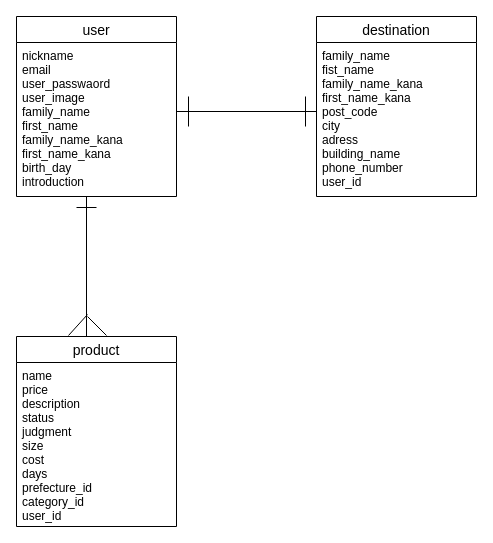
Above: firima.dio in Kawase-Ryo/furima-38243 (draw.io), before the change. Source tidied: cells renumbered, new cells numbered last; positions are measured from the earlier drawing's top-left corner, leaving out a move shared by most shapes. Both pictures are drawn from the tidied source at 100%, with x=0, y=0 at pixel (16, 16).
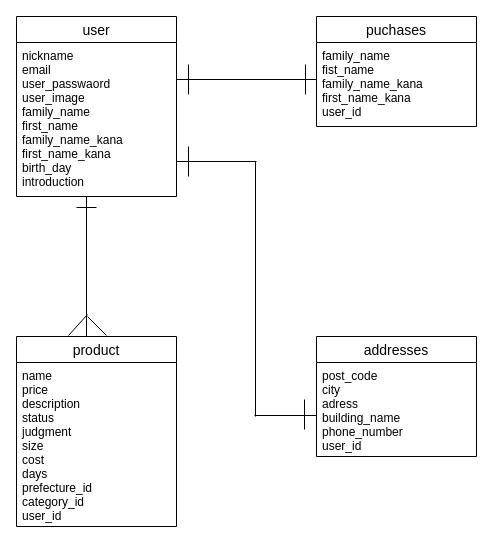
Above is the later version.

Commit message (it also covers changes not shown here):
データベース設計-8

Change to the diagram source:
```diff
@@
-    <mxCell id="4" value="destination" style="swimlane;fontStyle=0;horizontal=1;startSize=26;align=center;fontSize=14;" parent="1" vertex="1">
-      <mxGeometry x="300" width="160" height="180" as="geometry" />
+    <mxCell id="4" value="puchases" style="swimlane;fontStyle=0;horizontal=1;startSize=26;align=center;fontSize=14;" parent="1" vertex="1">
+      <mxGeometry x="300" width="160" height="110" as="geometry" />
     </mxCell>
-    <mxCell id="5" value="family_name&#10;fist_name&#10;family_name_kana&#10;first_name_kana&#10;post_code&#10;city&#10;adress&#10;building_name&#10;phone_number&#10;user_id" style="text;strokeColor=none;fillColor=none;spacingLeft=4;spacingRight=4;overflow=hidden;fontSize=12;" parent="4" vertex="1">
-      <mxGeometry y="26" width="160" height="154" as="geometry" />
+    <mxCell id="5" value="family_name&#10;fist_name&#10;family_name_kana&#10;first_name_kana&#10;user_id" style="text;strokeColor=none;fillColor=none;spacingLeft=4;spacingRight=4;overflow=hidden;fontSize=12;" parent="4" vertex="1">
+      <mxGeometry y="26" width="160" height="84" as="geometry" />
     </mxCell>
@@
     <mxCell id="8" style="line;strokeWidth=1;dashed=0;labelPosition=right;align=left;verticalAlign=middle;spacingTop=0;spacingLeft=6;" parent="1" vertex="1">
-      <mxGeometry x="160" y="90" width="140" height="10" as="geometry" />
+      <mxGeometry x="160" y="58" width="140" height="10" as="geometry" />
     </mxCell>
@@
     <mxCell id="13" style="endArrow=none;html=1;rounded=0;" parent="1" edge="1">
       <mxGeometry relative="1" as="geometry">
-        <mxPoint x="172" y="80" as="sourcePoint" />
-        <mxPoint x="172" y="110" as="targetPoint" />
+        <mxPoint x="172" y="48" as="sourcePoint" />
+        <mxPoint x="172" y="78" as="targetPoint" />
       </mxGeometry>
     </mxCell>
     <mxCell id="14" style="endArrow=none;html=1;rounded=0;" parent="1" edge="1">
       <mxGeometry relative="1" as="geometry">
-        <mxPoint x="289" y="80" as="sourcePoint" />
-        <mxPoint x="289" y="110" as="targetPoint" />
+        <mxPoint x="289" y="48" as="sourcePoint" />
+        <mxPoint x="289" y="78" as="targetPoint" />
       </mxGeometry>
     </mxCell>
+    <mxCell id="15" value="addresses" style="swimlane;fontStyle=0;horizontal=1;startSize=26;align=center;fontSize=14;" parent="1" vertex="1">
+      <mxGeometry x="300" y="320" width="160" height="120" as="geometry" />
+    </mxCell>
+    <mxCell id="16" value="post_code&#10;city&#10;adress&#10;building_name&#10;phone_number&#10;user_id" style="text;strokeColor=none;fillColor=none;spacingLeft=4;spacingRight=4;overflow=hidden;fontSize=12;" parent="15" vertex="1">
+      <mxGeometry y="26" width="160" height="94" as="geometry" />
+    </mxCell>
+    <mxCell id="17" style="line;strokeWidth=1;dashed=0;labelPosition=right;align=left;verticalAlign=middle;spacingTop=0;spacingLeft=6;" parent="1" vertex="1">
+      <mxGeometry x="160" y="140" width="80" height="10" as="geometry" />
+    </mxCell>
+    <mxCell id="18" style="line;strokeWidth=1;dashed=0;labelPosition=right;align=left;verticalAlign=middle;spacingTop=0;spacingLeft=6;direction=south;" parent="1" vertex="1">
+      <mxGeometry x="234" y="145" width="10" height="255" as="geometry" />
+    </mxCell>
+    <mxCell id="19" style="line;strokeWidth=1;dashed=0;labelPosition=right;align=left;verticalAlign=middle;spacingTop=0;spacingLeft=6;" parent="1" vertex="1">
+      <mxGeometry x="238" y="394" width="62" height="10" as="geometry" />
+    </mxCell>
+    <mxCell id="20" style="endArrow=none;html=1;rounded=0;" parent="1" edge="1">
+      <mxGeometry relative="1" as="geometry">
+        <mxPoint x="288" y="383" as="sourcePoint" />
+        <mxPoint x="288" y="413" as="targetPoint" />
+      </mxGeometry>
+    </mxCell>
+    <mxCell id="21" style="endArrow=none;html=1;rounded=0;" parent="1" edge="1">
+      <mxGeometry relative="1" as="geometry">
+        <mxPoint x="172" y="130" as="sourcePoint" />
+        <mxPoint x="172" y="160" as="targetPoint" />
+      </mxGeometry>
+    </mxCell>
```
